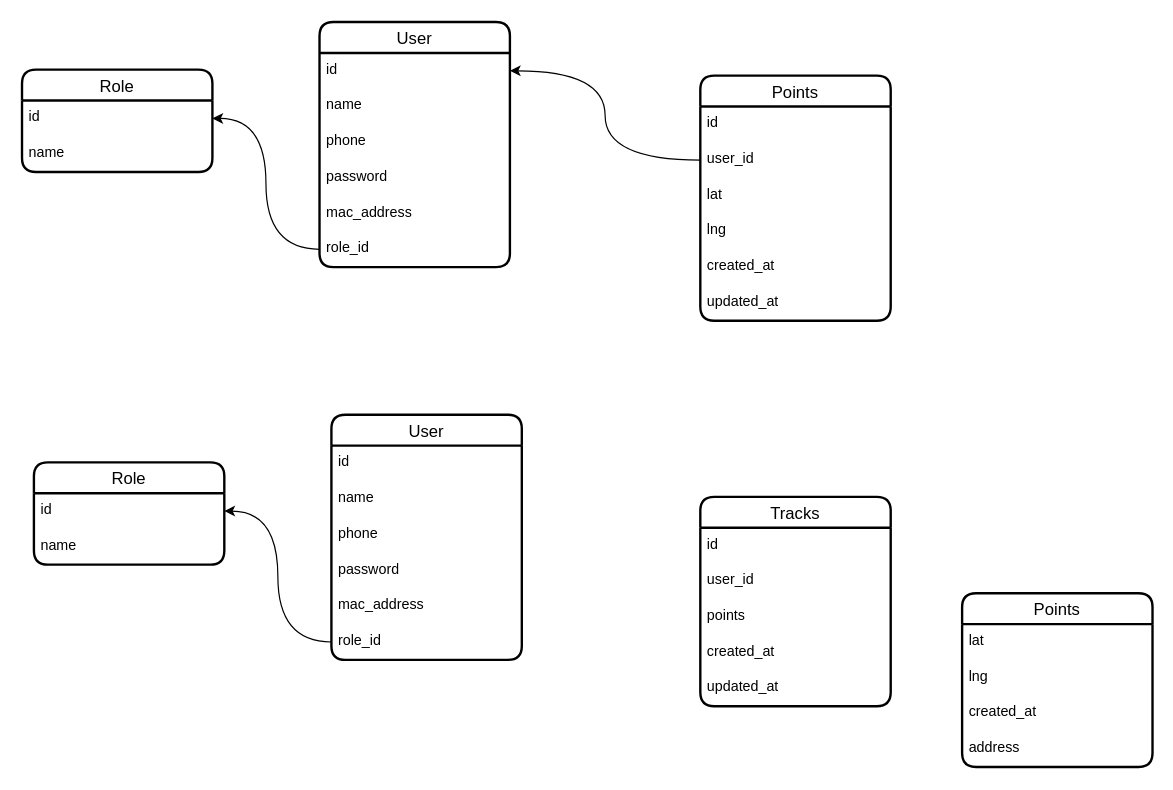
Earlier version of the draw.io diagram karsoft-location.drawio (iztileuoff/databases). Source tidied: cells renumbered, new cells numbered last; positions are measured from the earlier drawing's top-left corner, leaving out a move shared by most shapes. Both pictures are drawn from the tidied source at 119%, with x=0, y=0 at pixel (21, 21).
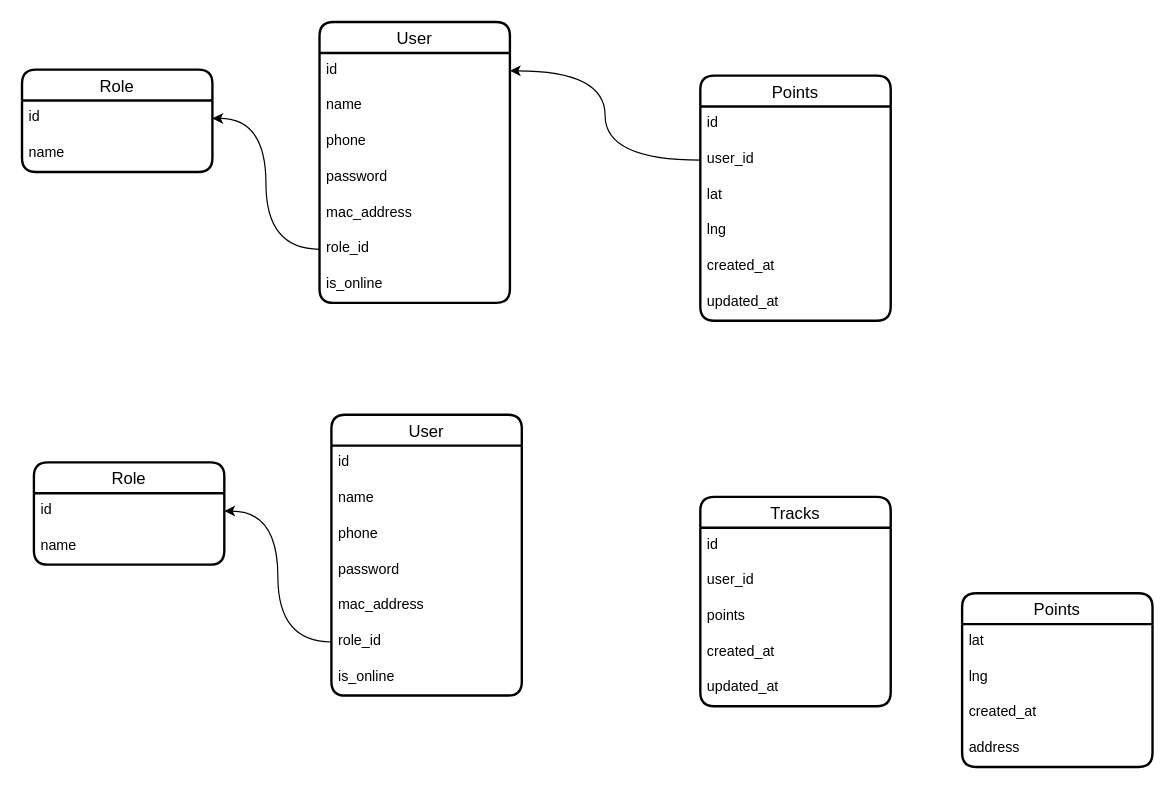
The same diagram, later.

Change to the diagram source:
```diff
@@
     <mxCell id="2" value="User" style="swimlane;fontStyle=0;horizontal=1;startSize=26;align=center;fontSize=14;strokeWidth=2;rounded=1;shadow=0;glass=0;swimlaneLine=1;" parent="1" vertex="1">
-      <mxGeometry x="250" width="160" height="206" as="geometry" />
+      <mxGeometry x="250" width="160" height="236" as="geometry" />
     </mxCell>
@@
+    <mxCell id="43" value="is_online" style="text;strokeColor=none;fillColor=none;spacingLeft=4;spacingRight=4;overflow=hidden;fontSize=12;whiteSpace=wrap;html=1;" parent="2" vertex="1">
+      <mxGeometry y="206" width="160" height="30" as="geometry" />
+    </mxCell>
@@
     <mxCell id="21" value="User" style="swimlane;fontStyle=0;horizontal=1;startSize=26;align=center;fontSize=14;strokeWidth=2;rounded=1;shadow=0;glass=0;swimlaneLine=1;" parent="1" vertex="1">
-      <mxGeometry x="260" y="330" width="160" height="206" as="geometry" />
+      <mxGeometry x="260" y="330" width="160" height="236" as="geometry" />
     </mxCell>
@@
+    <mxCell id="44" value="is_online" style="text;strokeColor=none;fillColor=none;spacingLeft=4;spacingRight=4;overflow=hidden;fontSize=12;whiteSpace=wrap;html=1;" parent="21" vertex="1">
+      <mxGeometry y="206" width="160" height="30" as="geometry" />
+    </mxCell>
```
